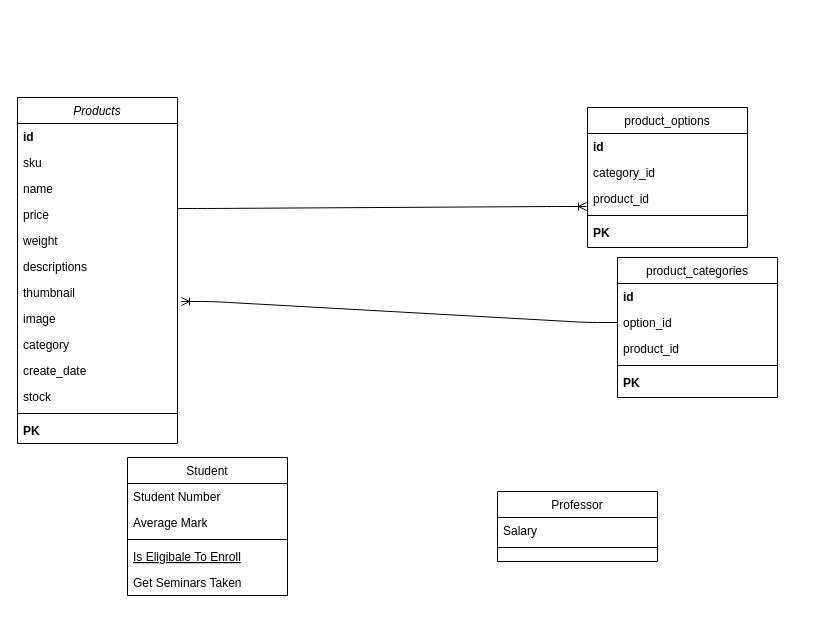
Before: Untitled Diagram.drawio in SalvadorLekan/day-3-with-manifest, a draw.io diagram. Source tidied: cells renumbered, new cells numbered last; positions are measured from the earlier drawing's top-left corner, leaving out a move shared by most shapes. Both pictures are drawn from the tidied source at 100%, with x=0, y=0 at pixel (17, 97).
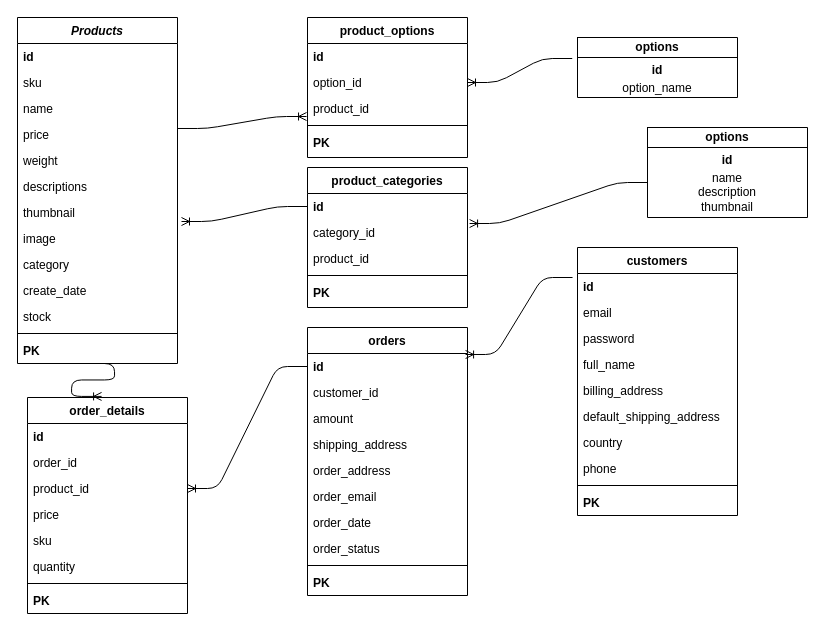
After the change.

Unchanged cells that the change refers to:
```xml
<mxCell id="10" value="image" style="text;align=left;verticalAlign=top;spacingLeft=4;spacingRight=4;overflow=hidden;points=[[0,0.5],[1,0.5]];portConstraint=eastwest;rounded=0;shadow=0;html=0;" parent="2" vertex="1">
  <mxGeometry y="208" width="160" height="26" as="geometry" />
</mxCell>
<mxCell id="15" value="PK" style="text;align=left;verticalAlign=top;spacingLeft=4;spacingRight=4;overflow=hidden;points=[[0,0.5],[1,0.5]];portConstraint=eastwest;fontStyle=1;" parent="2" vertex="1">
  <mxGeometry y="320" width="160" height="26" as="geometry" />
</mxCell>
<mxCell id="34" value="id" style="text;align=left;verticalAlign=top;spacingLeft=4;spacingRight=4;overflow=hidden;points=[[0,0.5],[1,0.5]];portConstraint=eastwest;fontStyle=1;" parent="33" vertex="1">
  <mxGeometry y="26" width="160" height="26" as="geometry" />
</mxCell>
```

Diff of the diagram source:
```diff
@@
-    <mxCell id="2" value="Products" style="swimlane;fontStyle=2;align=center;verticalAlign=top;horizontal=1;startSize=26;rounded=0;shadow=0;strokeWidth=1;" parent="1" vertex="1">
-      <mxGeometry width="160" height="346" as="geometry" />
+    <mxCell id="2" value="Products" style="swimlane;fontStyle=3;align=center;verticalAlign=top;horizontal=1;startSize=26;rounded=0;shadow=0;strokeWidth=1;" parent="1" vertex="1">
+      <mxGeometry y="-80" width="160" height="346" as="geometry" />
     </mxCell>
@@
-    <mxCell id="16" value="Student" style="swimlane;fontStyle=0;align=center;verticalAlign=top;horizontal=1;startSize=26;rounded=0;shadow=0;strokeWidth=1;" parent="1" vertex="1">
-      <mxGeometry x="110" y="360" width="160" height="138" as="geometry" />
+    <mxCell id="16" value="order_details" style="swimlane;fontStyle=1;align=center;verticalAlign=top;horizontal=1;startSize=26;rounded=0;shadow=0;strokeWidth=1;" parent="1" vertex="1">
+      <mxGeometry x="10" y="300" width="160" height="216" as="geometry" />
     </mxCell>
-    <mxCell id="17" value="Student Number" style="text;align=left;verticalAlign=top;spacingLeft=4;spacingRight=4;overflow=hidden;" parent="16" vertex="1">
+    <mxCell id="17" value="id" style="text;align=left;verticalAlign=top;spacingLeft=4;spacingRight=4;overflow=hidden;fontStyle=1;" parent="16" vertex="1">
       <mxGeometry y="26" width="160" height="26" as="geometry" />
     </mxCell>
-    <mxCell id="18" value="Average Mark" style="text;align=left;verticalAlign=top;spacingLeft=4;spacingRight=4;overflow=hidden;rounded=0;shadow=0;html=0;" parent="16" vertex="1">
+    <mxCell id="18" value="order_id" style="text;align=left;verticalAlign=top;spacingLeft=4;spacingRight=4;overflow=hidden;rounded=0;shadow=0;html=0;" parent="16" vertex="1">
       <mxGeometry y="52" width="160" height="26" as="geometry" />
     </mxCell>
+    <mxCell id="39" value="product_id" style="text;align=left;verticalAlign=top;spacingLeft=4;spacingRight=4;overflow=hidden;points=[[0,0.5],[1,0.5]];portConstraint=eastwest;" parent="16" vertex="1">
+      <mxGeometry y="78" width="160" height="26" as="geometry" />
+    </mxCell>
+    <mxCell id="40" value="price" style="text;align=left;verticalAlign=top;spacingLeft=4;spacingRight=4;overflow=hidden;" parent="16" vertex="1">
+      <mxGeometry y="104" width="160" height="26" as="geometry" />
+    </mxCell>
+    <mxCell id="41" value="sku" style="text;align=left;verticalAlign=top;spacingLeft=4;spacingRight=4;overflow=hidden;" parent="16" vertex="1">
+      <mxGeometry y="130" width="160" height="26" as="geometry" />
+    </mxCell>
+    <mxCell id="42" value="quantity" style="text;align=left;verticalAlign=top;spacingLeft=4;spacingRight=4;overflow=hidden;" parent="16" vertex="1">
+      <mxGeometry y="156" width="160" height="26" as="geometry" />
+    </mxCell>
     <mxCell id="19" style="line;html=1;strokeWidth=1;align=left;verticalAlign=middle;spacingTop=-1;spacingLeft=3;spacingRight=3;labelPosition=right;" parent="16" vertex="1">
-      <mxGeometry y="78" width="160" height="8" as="geometry" />
+      <mxGeometry y="182" width="160" height="8" as="geometry" />
     </mxCell>
-    <mxCell id="20" value="Is Eligibale To Enroll" style="text;align=left;verticalAlign=top;spacingLeft=4;spacingRight=4;overflow=hidden;fontStyle=4;" parent="16" vertex="1">
-      <mxGeometry y="86" width="160" height="26" as="geometry" />
+    <mxCell id="20" value="PK" style="text;align=left;verticalAlign=top;spacingLeft=4;spacingRight=4;overflow=hidden;fontStyle=1;" parent="16" vertex="1">
+      <mxGeometry y="190" width="160" height="26" as="geometry" />
     </mxCell>
-    <mxCell id="21" value="Get Seminars Taken" style="text;align=left;verticalAlign=top;spacingLeft=4;spacingRight=4;overflow=hidden;" parent="16" vertex="1">
-      <mxGeometry y="112" width="160" height="26" as="geometry" />
-    </mxCell>
-    <mxCell id="22" value="Professor" style="swimlane;fontStyle=0;align=center;verticalAlign=top;horizontal=1;startSize=26;rounded=0;shadow=0;strokeWidth=1;" parent="1" vertex="1">
-      <mxGeometry x="480" y="394" width="160" height="70" as="geometry" />
+    <mxCell id="22" value="customers" style="swimlane;fontStyle=1;align=center;verticalAlign=top;horizontal=1;startSize=26;rounded=0;shadow=0;strokeWidth=1;" parent="1" vertex="1">
+      <mxGeometry x="560" y="150" width="160" height="268" as="geometry" />
     </mxCell>
-    <mxCell id="23" value="Salary" style="text;align=left;verticalAlign=top;spacingLeft=4;spacingRight=4;overflow=hidden;points=[[0,0.5],[1,0.5]];portConstraint=eastwest;" parent="22" vertex="1">
+    <mxCell id="23" value="id" style="text;align=left;verticalAlign=top;spacingLeft=4;spacingRight=4;overflow=hidden;points=[[0,0.5],[1,0.5]];portConstraint=eastwest;fontStyle=1;" parent="22" vertex="1">
       <mxGeometry y="26" width="160" height="26" as="geometry" />
     </mxCell>
+    <mxCell id="43" value="email" style="text;align=left;verticalAlign=top;spacingLeft=4;spacingRight=4;overflow=hidden;" parent="22" vertex="1">
+      <mxGeometry y="52" width="160" height="26" as="geometry" />
+    </mxCell>
+    <mxCell id="44" value="password" style="text;align=left;verticalAlign=top;spacingLeft=4;spacingRight=4;overflow=hidden;" parent="22" vertex="1">
+      <mxGeometry y="78" width="160" height="26" as="geometry" />
+    </mxCell>
+    <mxCell id="45" value="full_name" style="text;align=left;verticalAlign=top;spacingLeft=4;spacingRight=4;overflow=hidden;" parent="22" vertex="1">
+      <mxGeometry y="104" width="160" height="26" as="geometry" />
+    </mxCell>
+    <mxCell id="46" value="billing_address" style="text;align=left;verticalAlign=top;spacingLeft=4;spacingRight=4;overflow=hidden;" parent="22" vertex="1">
+      <mxGeometry y="130" width="160" height="26" as="geometry" />
+    </mxCell>
+    <mxCell id="47" value="default_shipping_address" style="text;align=left;verticalAlign=top;spacingLeft=4;spacingRight=4;overflow=hidden;" parent="22" vertex="1">
+      <mxGeometry y="156" width="160" height="26" as="geometry" />
+    </mxCell>
+    <mxCell id="48" value="country" style="text;align=left;verticalAlign=top;spacingLeft=4;spacingRight=4;overflow=hidden;" parent="22" vertex="1">
+      <mxGeometry y="182" width="160" height="26" as="geometry" />
+    </mxCell>
+    <mxCell id="49" value="phone" style="text;align=left;verticalAlign=top;spacingLeft=4;spacingRight=4;overflow=hidden;" parent="22" vertex="1">
+      <mxGeometry y="208" width="160" height="26" as="geometry" />
+    </mxCell>
     <mxCell id="24" style="line;html=1;strokeWidth=1;align=left;verticalAlign=middle;spacingTop=-1;spacingLeft=3;spacingRight=3;labelPosition=right;" parent="22" vertex="1">
-      <mxGeometry y="52" width="160" height="8" as="geometry" />
+      <mxGeometry y="234" width="160" height="8" as="geometry" />
     </mxCell>
+    <mxCell id="50" value="PK" style="text;align=left;verticalAlign=top;spacingLeft=4;spacingRight=4;overflow=hidden;fontStyle=1;" parent="22" vertex="1">
+      <mxGeometry y="242" width="160" height="26" as="geometry" />
+    </mxCell>
-    <mxCell id="25" value="product_options" style="swimlane;fontStyle=0;align=center;verticalAlign=top;horizontal=1;startSize=26;rounded=0;shadow=0;strokeWidth=1;" parent="1" vertex="1">
-      <mxGeometry x="570" y="10" width="160" height="140" as="geometry" />
+    <mxCell id="25" value="product_options" style="swimlane;fontStyle=1;align=center;verticalAlign=top;horizontal=1;startSize=26;rounded=0;shadow=0;strokeWidth=1;" parent="1" vertex="1">
+      <mxGeometry x="290" y="-80" width="160" height="140" as="geometry" />
     </mxCell>
@@
-    <mxCell id="27" value="category_id" style="text;align=left;verticalAlign=top;spacingLeft=4;spacingRight=4;overflow=hidden;points=[[0,0.5],[1,0.5]];portConstraint=eastwest;rounded=0;shadow=0;html=0;" parent="25" vertex="1">
-      <mxGeometry y="52" width="160" height="26" as="geometry" />
-    </mxCell>
+    <mxCell id="35" value="option_id" style="text;align=left;verticalAlign=top;spacingLeft=4;spacingRight=4;overflow=hidden;points=[[0,0.5],[1,0.5]];portConstraint=eastwest;rounded=0;shadow=0;html=0;" parent="25" vertex="1">
+      <mxGeometry y="52" width="160" height="26" as="geometry" />
+    </mxCell>
@@
-    <mxCell id="32" style="edgeStyle=entityRelationEdgeStyle;fontSize=12;html=1;endArrow=ERoneToMany;entryX=1.025;entryY=-0.154;entryDx=0;entryDy=0;entryPerimeter=0;exitX=0;exitY=0.5;exitDx=0;exitDy=0;" parent="1" edge="1" source="35" target="10">
+    <mxCell id="32" style="edgeStyle=entityRelationEdgeStyle;fontSize=12;html=1;endArrow=ERoneToMany;entryX=1.025;entryY=-0.154;entryDx=0;entryDy=0;entryPerimeter=0;exitX=0;exitY=0.5;exitDx=0;exitDy=0;" parent="1" edge="1" source="34" target="10">
       <mxGeometry relative="1" as="geometry" />
     </mxCell>
-    <mxCell id="33" value="product_categories" style="swimlane;fontStyle=0;align=center;verticalAlign=top;horizontal=1;startSize=26;rounded=0;shadow=0;strokeWidth=1;" parent="1" vertex="1">
-      <mxGeometry x="600" y="160" width="160" height="140" as="geometry" />
+    <mxCell id="33" value="product_categories" style="swimlane;fontStyle=1;align=center;verticalAlign=top;horizontal=1;startSize=26;rounded=0;shadow=0;strokeWidth=1;" parent="1" vertex="1">
+      <mxGeometry x="290" y="70" width="160" height="140" as="geometry" />
     </mxCell>
@@
-    <mxCell id="35" value="option_id" style="text;align=left;verticalAlign=top;spacingLeft=4;spacingRight=4;overflow=hidden;points=[[0,0.5],[1,0.5]];portConstraint=eastwest;rounded=0;shadow=0;html=0;" parent="33" vertex="1">
-      <mxGeometry y="52" width="160" height="26" as="geometry" />
-    </mxCell>
+    <mxCell id="27" value="category_id" style="text;align=left;verticalAlign=top;spacingLeft=4;spacingRight=4;overflow=hidden;points=[[0,0.5],[1,0.5]];portConstraint=eastwest;rounded=0;shadow=0;html=0;" parent="33" vertex="1">
+      <mxGeometry y="52" width="160" height="26" as="geometry" />
+    </mxCell>
@@
+    <mxCell id="51" style="edgeStyle=entityRelationEdgeStyle;fontSize=12;html=1;endArrow=ERoneToMany;exitX=-0.033;exitY=0.025;exitDx=0;exitDy=0;exitPerimeter=0;" parent="1" edge="1" source="56" target="35">
+      <mxGeometry relative="1" as="geometry" />
+    </mxCell>
+    <mxCell id="52" style="edgeStyle=entityRelationEdgeStyle;fontSize=12;html=1;endArrow=ERoneToMany;entryX=1.013;entryY=0.154;entryDx=0;entryDy=0;entryPerimeter=0;exitX=0;exitY=0.5;exitDx=0;exitDy=0;" parent="1" edge="1" source="61" target="27">
+      <mxGeometry relative="1" as="geometry" />
+    </mxCell>
+    <mxCell id="53" style="shape=table;html=1;whiteSpace=wrap;startSize=0;childLayout=tableLayout;" parent="1" vertex="1">
+      <mxGeometry x="560" y="-60" width="160" height="60" as="geometry" />
+    </mxCell>
+    <mxCell id="54" style="shape=partialRectangle;html=1;whiteSpace=wrap;fillColor=none;top=0;left=0;bottom=0;right=0;" parent="53" vertex="1">
+      <mxGeometry width="160" height="20" as="geometry" />
+    </mxCell>
+    <mxCell id="55" value="&lt;b&gt;options&lt;/b&gt;" style="shape=partialRectangle;html=1;whiteSpace=wrap;overflow=hidden;fillColor=none;top=0;left=0;bottom=0;right=0;" parent="54" vertex="1">
+      <mxGeometry width="160" height="20" as="geometry" />
+    </mxCell>
+    <mxCell id="56" style="shape=partialRectangle;html=1;whiteSpace=wrap;fillColor=none;top=0;left=0;bottom=0;right=0;points=[[0,0.5],[1,0.5]];portConstraint=eastwest;" parent="53" vertex="1">
+      <mxGeometry y="20" width="160" height="40" as="geometry" />
+    </mxCell>
+    <mxCell id="57" value="&lt;table&gt;&lt;tbody&gt;&lt;tr&gt;&lt;td&gt;&lt;b&gt;id&lt;/b&gt;&lt;br&gt;&lt;/td&gt;&lt;/tr&gt;&lt;tr&gt;&lt;td&gt;option_name&lt;br&gt;&lt;/td&gt;&lt;/tr&gt;&lt;/tbody&gt;&lt;/table&gt;" style="shape=partialRectangle;html=1;whiteSpace=wrap;overflow=hidden;fillColor=none;top=0;left=0;bottom=0;right=0;" parent="56" vertex="1">
+      <mxGeometry width="160" height="40" as="geometry" />
+    </mxCell>
+    <mxCell id="58" style="shape=table;html=1;whiteSpace=wrap;startSize=0;childLayout=tableLayout;" parent="1" vertex="1">
+      <mxGeometry x="630" y="30" width="160" height="90" as="geometry" />
+    </mxCell>
+    <mxCell id="59" style="shape=partialRectangle;html=1;whiteSpace=wrap;fillColor=none;top=0;left=0;bottom=0;right=0;" parent="58" vertex="1">
+      <mxGeometry width="160" height="20" as="geometry" />
+    </mxCell>
+    <mxCell id="60" value="&lt;b&gt;options&lt;/b&gt;" style="shape=partialRectangle;html=1;whiteSpace=wrap;overflow=hidden;fillColor=none;top=0;left=0;bottom=0;right=0;" parent="59" vertex="1">
+      <mxGeometry width="160" height="20" as="geometry" />
+    </mxCell>
+    <mxCell id="61" style="shape=partialRectangle;html=1;whiteSpace=wrap;fillColor=none;top=0;left=0;bottom=0;right=0;points=[[0,0.5],[1,0.5]];portConstraint=eastwest;" parent="58" vertex="1">
+      <mxGeometry y="20" width="160" height="70" as="geometry" />
+    </mxCell>
+    <mxCell id="62" value="&lt;table&gt;&lt;tbody&gt;&lt;tr&gt;&lt;td&gt;&lt;b&gt;id&lt;/b&gt;&lt;br&gt;&lt;/td&gt;&lt;/tr&gt;&lt;tr&gt;&lt;td&gt;name&lt;br&gt;description&lt;br&gt;thumbnail&lt;br&gt;&lt;/td&gt;&lt;/tr&gt;&lt;/tbody&gt;&lt;/table&gt;" style="shape=partialRectangle;html=1;whiteSpace=wrap;overflow=hidden;fillColor=none;top=0;left=0;bottom=0;right=0;" parent="61" vertex="1">
+      <mxGeometry width="160" height="70" as="geometry" />
+    </mxCell>
+    <mxCell id="63" style="edgeStyle=entityRelationEdgeStyle;fontSize=12;html=1;endArrow=ERoneToMany;exitX=0.419;exitY=1;exitDx=0;exitDy=0;exitPerimeter=0;entryX=0.463;entryY=-0.005;entryDx=0;entryDy=0;entryPerimeter=0;" parent="1" edge="1" source="15" target="16">
+      <mxGeometry relative="1" as="geometry" />
+    </mxCell>
+    <mxCell id="64" value="orders" style="swimlane;fontStyle=1;align=center;verticalAlign=top;horizontal=1;startSize=26;rounded=0;shadow=0;strokeWidth=1;" parent="1" vertex="1">
+      <mxGeometry x="290" y="230" width="160" height="268" as="geometry" />
+    </mxCell>
+    <mxCell id="65" value="id" style="text;align=left;verticalAlign=top;spacingLeft=4;spacingRight=4;overflow=hidden;points=[[0,0.5],[1,0.5]];portConstraint=eastwest;fontStyle=1;" parent="64" vertex="1">
+      <mxGeometry y="26" width="160" height="26" as="geometry" />
+    </mxCell>
+    <mxCell id="66" value="customer_id" style="text;align=left;verticalAlign=top;spacingLeft=4;spacingRight=4;overflow=hidden;" parent="64" vertex="1">
+      <mxGeometry y="52" width="160" height="26" as="geometry" />
+    </mxCell>
+    <mxCell id="67" value="amount" style="text;align=left;verticalAlign=top;spacingLeft=4;spacingRight=4;overflow=hidden;" parent="64" vertex="1">
+      <mxGeometry y="78" width="160" height="26" as="geometry" />
+    </mxCell>
+    <mxCell id="68" value="shipping_address" style="text;align=left;verticalAlign=top;spacingLeft=4;spacingRight=4;overflow=hidden;" parent="64" vertex="1">
+      <mxGeometry y="104" width="160" height="26" as="geometry" />
+    </mxCell>
+    <mxCell id="69" value="order_address" style="text;align=left;verticalAlign=top;spacingLeft=4;spacingRight=4;overflow=hidden;" parent="64" vertex="1">
+      <mxGeometry y="130" width="160" height="26" as="geometry" />
+    </mxCell>
+    <mxCell id="70" value="order_email" style="text;align=left;verticalAlign=top;spacingLeft=4;spacingRight=4;overflow=hidden;" parent="64" vertex="1">
+      <mxGeometry y="156" width="160" height="26" as="geometry" />
+    </mxCell>
+    <mxCell id="71" value="order_date" style="text;align=left;verticalAlign=top;spacingLeft=4;spacingRight=4;overflow=hidden;" parent="64" vertex="1">
+      <mxGeometry y="182" width="160" height="26" as="geometry" />
+    </mxCell>
+    <mxCell id="72" value="order_status" style="text;align=left;verticalAlign=top;spacingLeft=4;spacingRight=4;overflow=hidden;" parent="64" vertex="1">
+      <mxGeometry y="208" width="160" height="26" as="geometry" />
+    </mxCell>
+    <mxCell id="73" style="line;html=1;strokeWidth=1;align=left;verticalAlign=middle;spacingTop=-1;spacingLeft=3;spacingRight=3;labelPosition=right;" parent="64" vertex="1">
+      <mxGeometry y="234" width="160" height="8" as="geometry" />
+    </mxCell>
+    <mxCell id="74" value="PK" style="text;align=left;verticalAlign=top;spacingLeft=4;spacingRight=4;overflow=hidden;fontStyle=1;" parent="64" vertex="1">
+      <mxGeometry y="242" width="160" height="26" as="geometry" />
+    </mxCell>
+    <mxCell id="75" style="edgeStyle=entityRelationEdgeStyle;fontSize=12;html=1;endArrow=ERoneToMany;exitX=0;exitY=0.5;exitDx=0;exitDy=0;" parent="1" edge="1" source="65" target="39">
+      <mxGeometry relative="1" as="geometry" />
+    </mxCell>
+    <mxCell id="76" style="edgeStyle=entityRelationEdgeStyle;fontSize=12;html=1;endArrow=ERoneToMany;entryX=0.988;entryY=0.038;entryDx=0;entryDy=0;entryPerimeter=0;exitX=-0.031;exitY=0.154;exitDx=0;exitDy=0;exitPerimeter=0;" parent="1" edge="1" source="23" target="65">
+      <mxGeometry relative="1" as="geometry" />
+    </mxCell>
```
